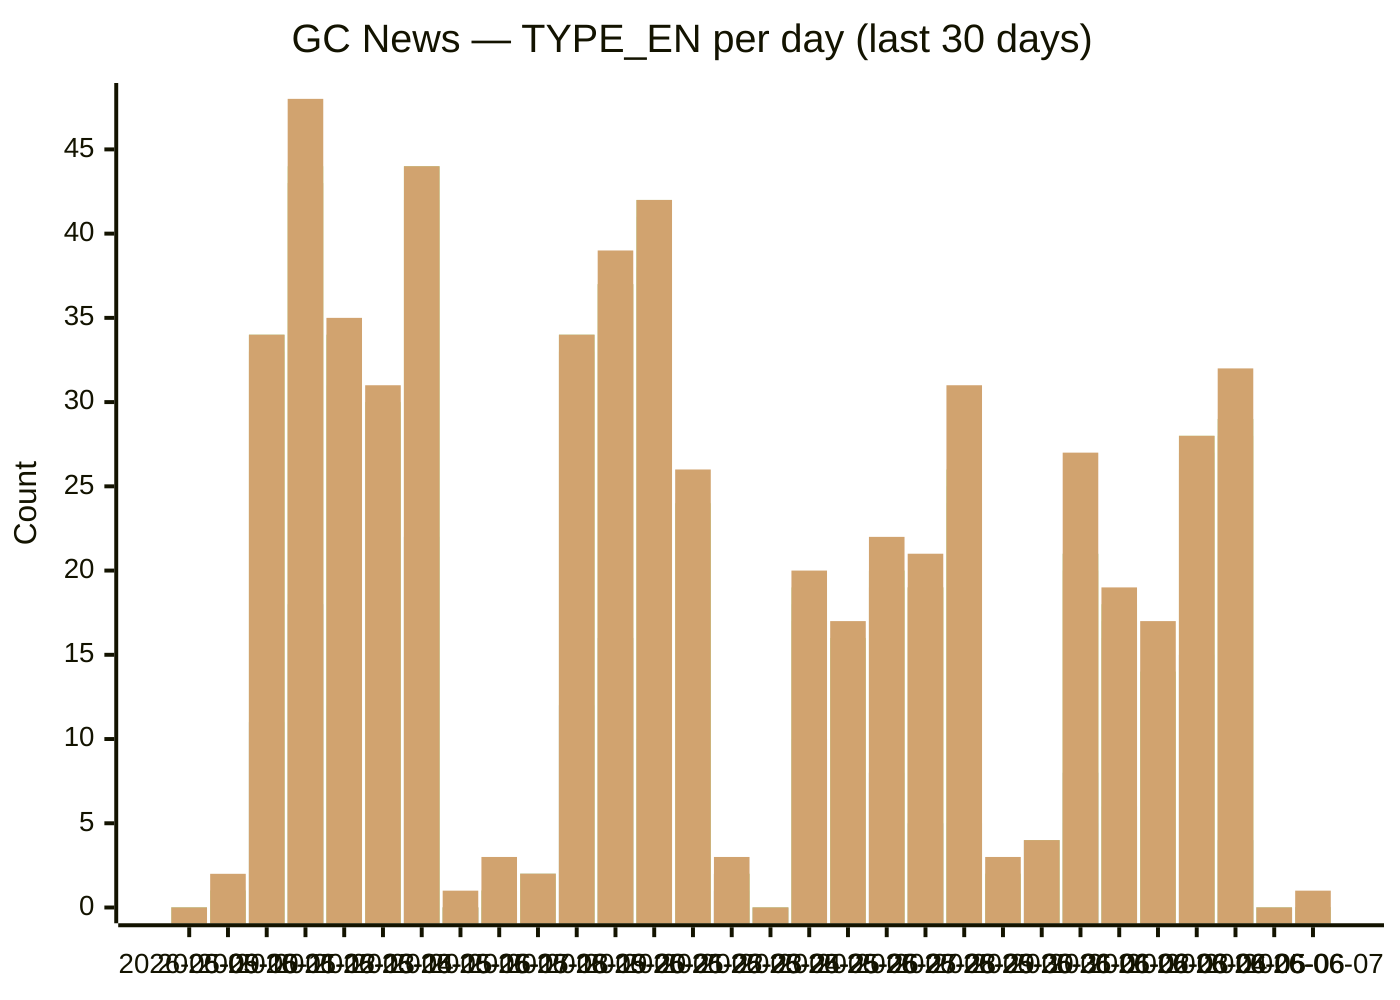
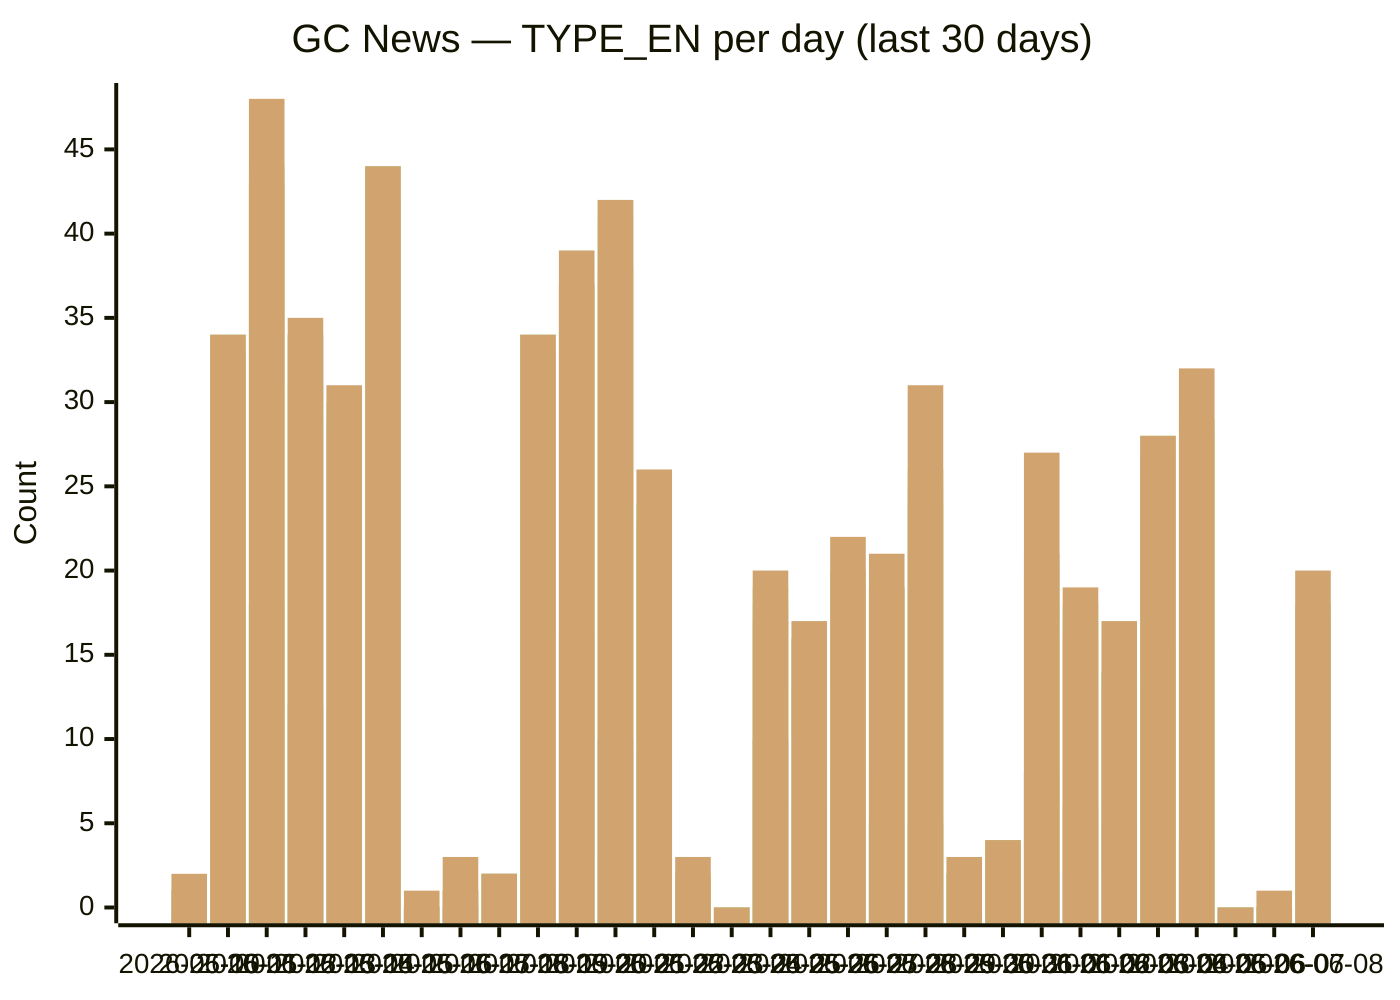
xychart-beta
  title "GC News — TYPE_EN per day (last 30 days)"
-   x-axis [2026-05-09, 2026-05-10, 2026-05-11, 2026-05-12, 2026-05-13, 2026-05-14, 2026-05-15, 2026-05-16, 2026-05-17, 2026-05-18, 2026-05-19, 2026-05-20, 2026-05-21, 2026-05-22, 2026-05-23, 2026-05-24, 2026-05-25, 2026-05-26, 2026-05-27, 2026-05-28, 2026-05-29, 2026-05-30, 2026-05-31, 2026-06-01, 2026-06-02, 2026-06-03, 2026-06-04, 2026-06-05, 2026-06-06, 2026-06-07]
+   x-axis [2026-05-10, 2026-05-11, 2026-05-12, 2026-05-13, 2026-05-14, 2026-05-15, 2026-05-16, 2026-05-17, 2026-05-18, 2026-05-19, 2026-05-20, 2026-05-21, 2026-05-22, 2026-05-23, 2026-05-24, 2026-05-25, 2026-05-26, 2026-05-27, 2026-05-28, 2026-05-29, 2026-05-30, 2026-05-31, 2026-06-01, 2026-06-02, 2026-06-03, 2026-06-04, 2026-06-05, 2026-06-06, 2026-06-07, 2026-06-08]
  y-axis "Count" 0 --> 48
-   bar backgrounders [0, 0, 2, 6, 2, 4, 5, 0, 0, 0, 1, 1, 3, 3, 0, 0, 6, 1, 4, 1, 1, 0, 0, 5, 2, 2, 2, 0, 0, 0]
-   bar "media advisories" [0, 0, 11, 18, 12, 12, 22, 0, 0, 2, 12, 16, 10, 9, 1, 0, 10, 6, 8, 5, 5, 0, 4, 8, 6, 5, 15, 4, 0, 0]
-   bar "news releases" [0, 1, 33, 43, 31, 28, 42, 0, 1, 2, 33, 37, 38, 23, 2, 0, 17, 13, 19, 19, 24, 2, 4, 20, 16, 13, 26, 28, 0, 0]
-   bar readouts [0, 1, 34, 43, 34, 29, 44, 0, 1, 2, 34, 37, 41, 23, 2, 0, 18, 16, 20, 19, 25, 2, 4, 21, 17, 14, 27, 29, 0, 0]
-   bar speeches [0, 1, 34, 44, 34, 30, 44, 0, 1, 2, 34, 37, 42, 24, 2, 0, 19, 16, 20, 19, 26, 2, 4, 21, 18, 14, 28, 29, 0, 0]
-   bar statements [0, 2, 34, 48, 35, 31, 44, 1, 3, 2, 34, 39, 42, 26, 3, 0, 20, 17, 22, 21, 31, 3, 4, 27, 19, 17, 28, 32, 0, 1]
+   bar backgrounders [0, 2, 6, 2, 4, 5, 0, 0, 0, 1, 1, 3, 3, 0, 0, 6, 1, 4, 1, 1, 0, 0, 5, 2, 2, 2, 0, 0, 0, 0]
+   bar "media advisories" [0, 11, 18, 12, 12, 22, 0, 0, 2, 12, 16, 10, 9, 1, 0, 10, 6, 8, 5, 5, 0, 4, 8, 6, 5, 15, 4, 0, 0, 2]
+   bar "news releases" [1, 33, 43, 31, 28, 42, 0, 1, 2, 33, 37, 38, 23, 2, 0, 17, 13, 19, 19, 24, 2, 4, 20, 16, 13, 26, 28, 0, 0, 17]
+   bar readouts [1, 34, 43, 34, 29, 44, 0, 1, 2, 34, 37, 41, 23, 2, 0, 18, 16, 20, 19, 25, 2, 4, 21, 17, 14, 27, 29, 0, 0, 17]
+   bar speeches [1, 34, 44, 34, 30, 44, 0, 1, 2, 34, 37, 42, 24, 2, 0, 19, 16, 20, 19, 26, 2, 4, 21, 18, 14, 28, 29, 0, 0, 18]
+   bar statements [2, 34, 48, 35, 31, 44, 1, 3, 2, 34, 39, 42, 26, 3, 0, 20, 17, 22, 21, 31, 3, 4, 27, 19, 17, 28, 32, 0, 1, 20]
